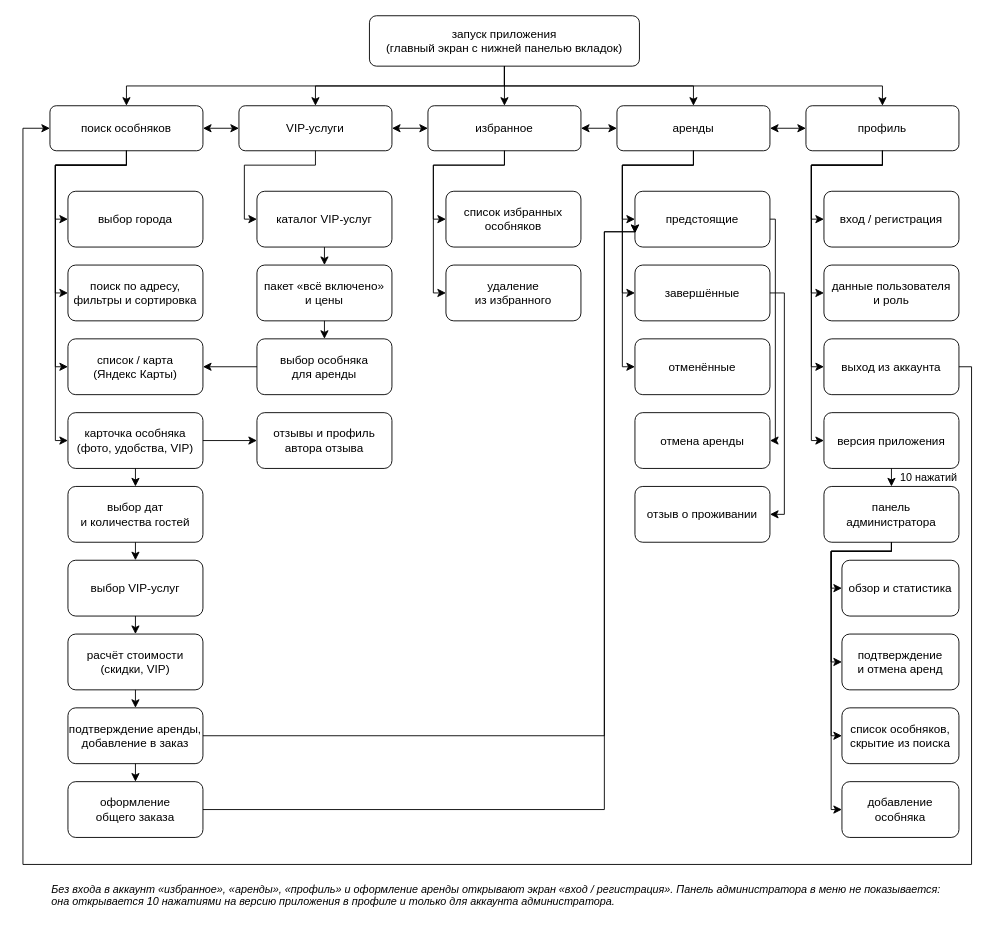
masterRaizer/WardClick keeps this draw.io diagram as docs/Диаграмма_архитектуры.drawio. Above is the earlier version. Source tidied: cells renumbered, new cells numbered last; positions are measured from the earlier drawing's top-left corner, leaving out a move shared by most shapes. Both pictures are drawn from the tidied source at 90%, with x=0, y=0 at pixel (22, 15).
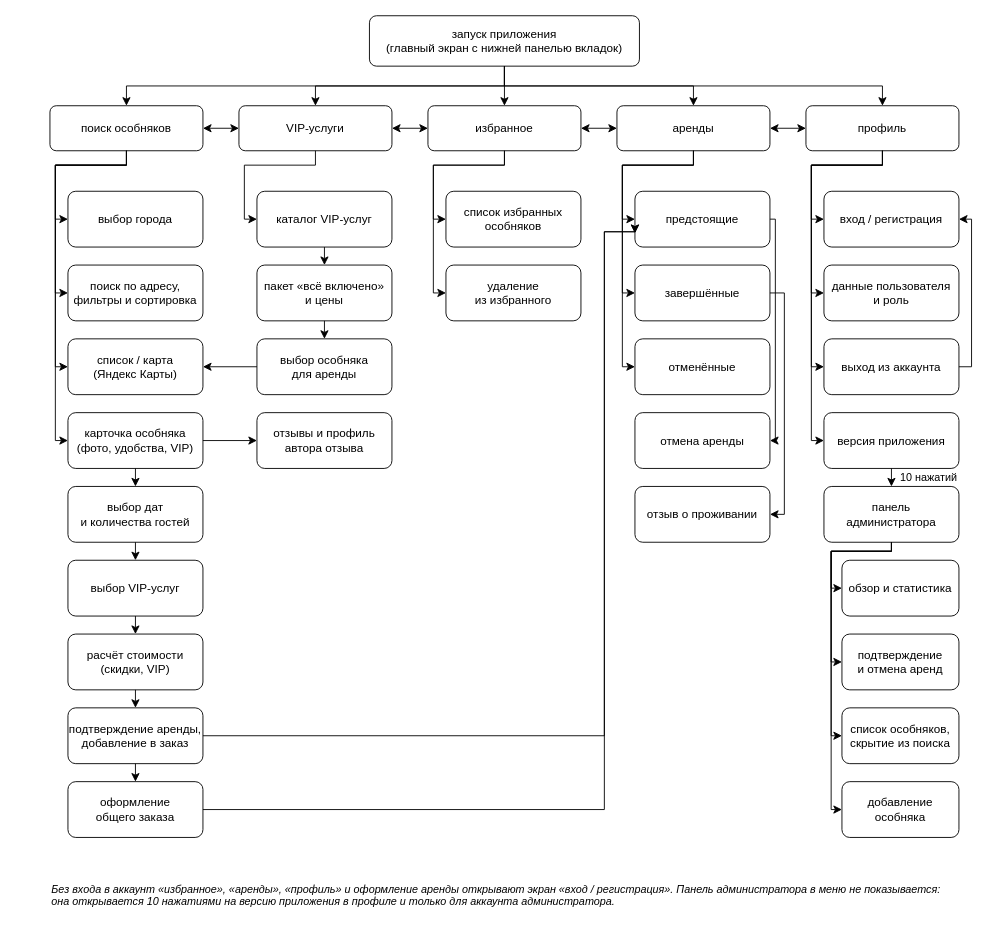
The same diagram, later.

The change refers to these unchanged cells:
```xml
<mxCell id="2" value="поиск особняков" style="rounded=1;whiteSpace=wrap;html=1;arcSize=14;fontSize=13;fillColor=#ffffff;strokeColor=#000000;" parent="1" vertex="1">
  <mxGeometry x="30" y="100" width="170" height="50" as="geometry" />
</mxCell>
<mxCell id="57" value="вход / регистрация" style="rounded=1;whiteSpace=wrap;html=1;arcSize=14;fontSize=13;fillColor=#ffffff;strokeColor=#000000;" parent="1" vertex="1">
  <mxGeometry x="890" y="195" width="150" height="62" as="geometry" />
</mxCell>
<mxCell id="59" value="выход из аккаунта" style="rounded=1;whiteSpace=wrap;html=1;arcSize=14;fontSize=13;fillColor=#ffffff;strokeColor=#000000;" parent="1" vertex="1">
  <mxGeometry x="890" y="359" width="150" height="62" as="geometry" />
</mxCell>
```

Change to the diagram source:
```diff
@@
-    <mxCell id="78" style="edgeStyle=orthogonalEdgeStyle;rounded=0;html=1;endArrow=classic;endSize=7;strokeColor=#000000;fontSize=12;exitX=1;exitY=0.5;exitDx=0;exitDy=0;entryX=0;entryY=0.5;entryDx=0;entryDy=0;" parent="1" edge="1" source="59" target="2">
+    <mxCell id="78" style="edgeStyle=orthogonalEdgeStyle;rounded=0;html=1;endArrow=classic;endSize=7;strokeColor=#000000;fontSize=12;exitX=1;exitY=0.5;exitDx=0;exitDy=0;entryX=1;entryY=0.5;entryDx=0;entryDy=0;" parent="1" edge="1" source="59" target="57">
       <mxGeometry relative="1" as="geometry">
         <Array as="points">
           <mxPoint x="1054" y="390" />
-          <mxPoint x="1054" y="943" />
-          <mxPoint y="943" />
-          <mxPoint y="125" />
+          <mxPoint x="1054" y="226" />
         </Array>
       </mxGeometry>
     </mxCell>
```
